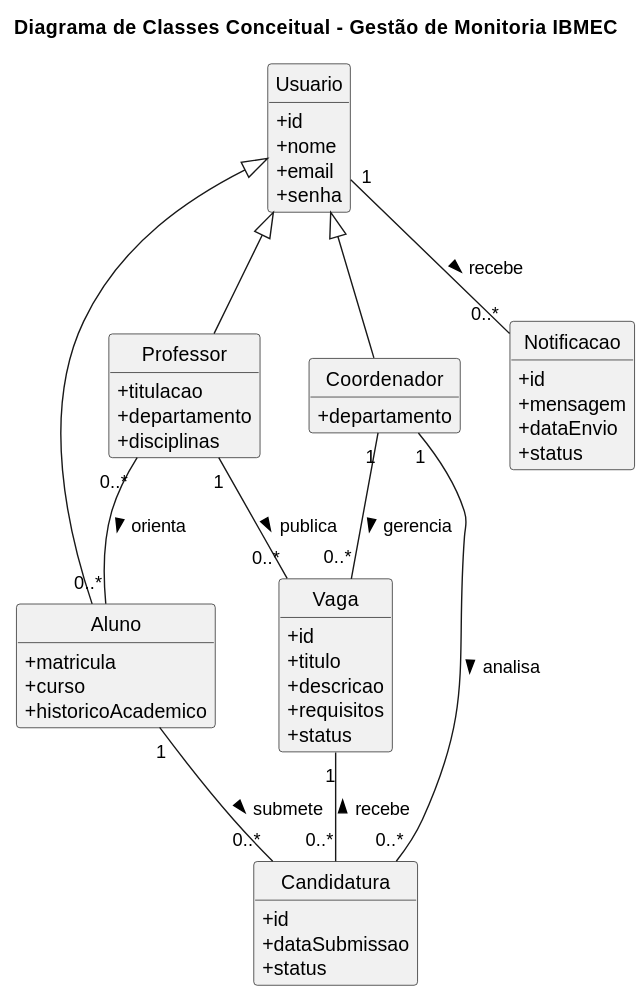
Projetos-de-Extensao/PBE_25.2_8001_III keeps this PlantUML diagram as site/Elaboracao/plantuml-project/diagrams/diagrama_classes_conceitual.svg. Above is the earlier version.
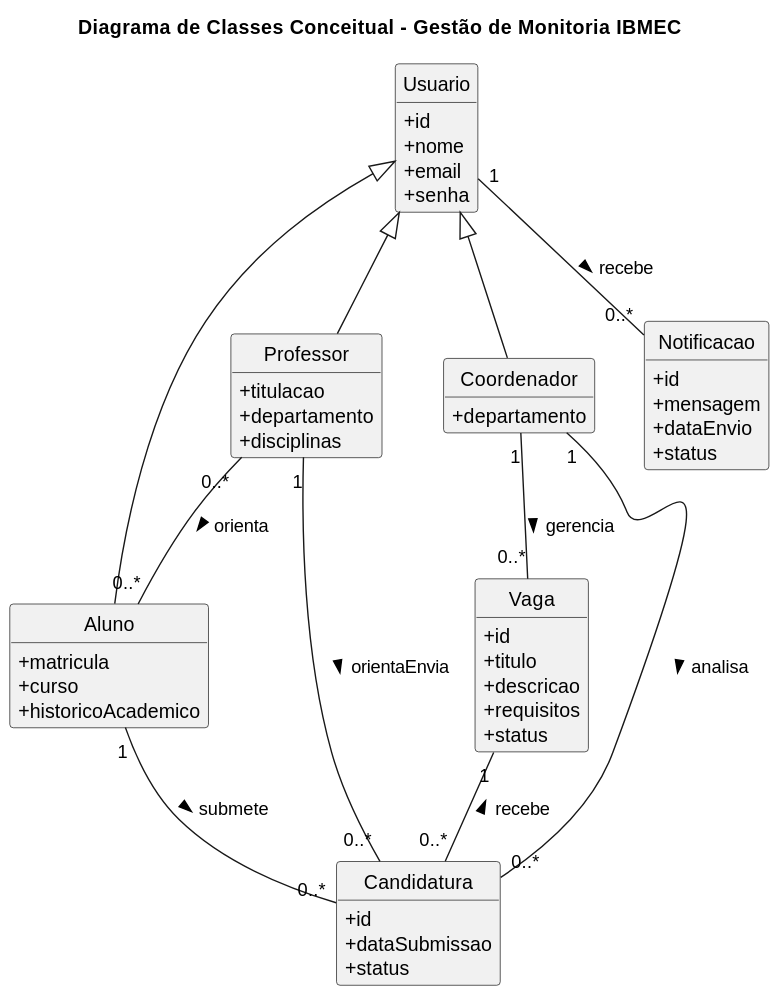
After the commit.

Diff of the diagram source:
```diff
@@ -56,6 +56,6 @@
 Aluno "1" -- "0..*" Candidatura : submete >
 Coordenador "1" -- "0..*" Candidatura : analisa >
 Usuario "1" -- "0..*" Notificacao : recebe >
-Professor "1" -- "0..*" Vaga : publica >
 Professor "0..*" -- "0..*" Aluno : orienta >
+Professor "1" -- "0..*" Candidatura : orientaEnvia >
 @enduml
```
